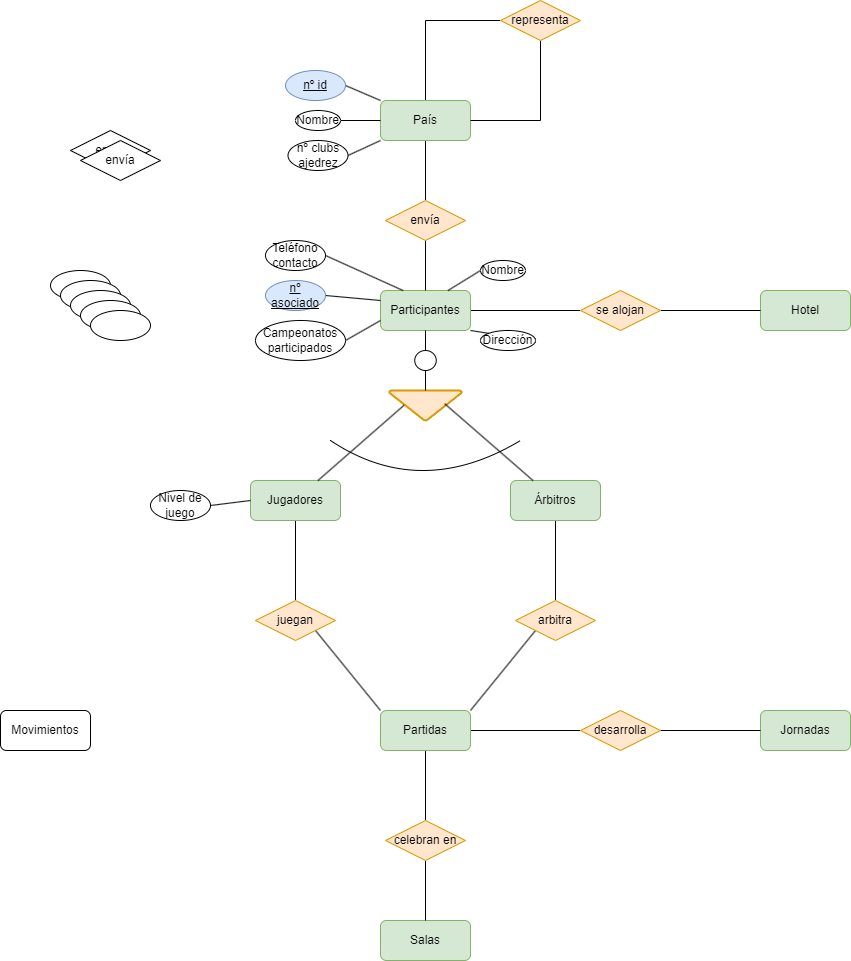
Above: Unidad-1/Tareas/Tareas-evaluables/Tarea-evaluable-2/tarea-evaluable-2.drawio.png in LuisMGlez/base-datos (draw.io), before the change. Source tidied: cells renumbered, new cells last; positions are measured from the earlier drawing's top-left corner, leaving out a move shared by most shapes.
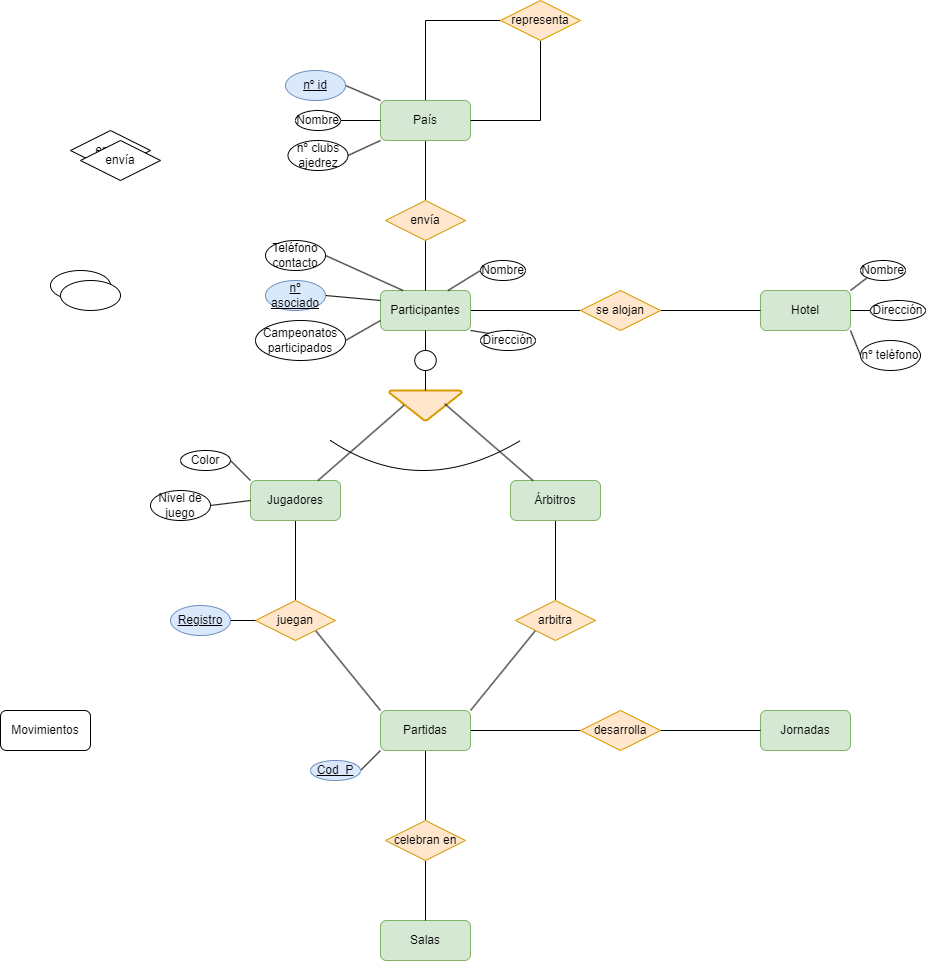
The same file after the commit.

The edit, as a diff of the source:
```diff
@@ -167,14 +167,23 @@
     <mxCell id="54" value="&lt;u&gt;nº asociado&lt;/u&gt;" style="ellipse;whiteSpace=wrap;html=1;fillColor=#dae8fc;strokeColor=#6c8ebf;" parent="1" vertex="1">
       <mxGeometry x="265" y="280" width="60" height="30" as="geometry" />
     </mxCell>
+    <mxCell id="64" style="rounded=0;jettySize=auto;html=1;exitX=1;exitY=0.5;exitDx=0;exitDy=0;entryX=0;entryY=0.5;entryDx=0;entryDy=0;endArrow=none;endFill=0;" parent="1" edge="1" source="55" target="34">
+      <mxGeometry relative="1" as="geometry" />
+    </mxCell>
-    <mxCell id="55" style="ellipse;whiteSpace=wrap;html=1;" parent="1" vertex="1">
-      <mxGeometry x="70" y="290" width="60" height="30" as="geometry" />
+    <mxCell id="55" value="&lt;u&gt;Registro&lt;/u&gt;" style="ellipse;whiteSpace=wrap;html=1;fillColor=#dae8fc;strokeColor=#6c8ebf;" parent="1" vertex="1">
+      <mxGeometry x="170" y="605" width="60" height="30" as="geometry" />
     </mxCell>
+    <mxCell id="65" style="rounded=0;jettySize=auto;html=1;exitX=1;exitY=0.5;exitDx=0;exitDy=0;entryX=0;entryY=0;entryDx=0;entryDy=0;endArrow=none;endFill=0;" parent="1" edge="1" source="56" target="3">
+      <mxGeometry relative="1" as="geometry" />
+    </mxCell>
-    <mxCell id="56" style="ellipse;whiteSpace=wrap;html=1;" parent="1" vertex="1">
-      <mxGeometry x="80" y="300" width="60" height="30" as="geometry" />
+    <mxCell id="56" value="Color" style="ellipse;whiteSpace=wrap;html=1;" parent="1" vertex="1">
+      <mxGeometry x="180" y="450" width="50" height="20" as="geometry" />
     </mxCell>
+    <mxCell id="66" style="rounded=0;jettySize=auto;html=1;exitX=1;exitY=0.5;exitDx=0;exitDy=0;entryX=0;entryY=1;entryDx=0;entryDy=0;endArrow=none;endFill=0;" parent="1" edge="1" source="57" target="9">
+      <mxGeometry relative="1" as="geometry" />
+    </mxCell>
-    <mxCell id="57" style="ellipse;whiteSpace=wrap;html=1;" parent="1" vertex="1">
-      <mxGeometry x="90" y="310" width="60" height="30" as="geometry" />
+    <mxCell id="57" value="&lt;u&gt;Cod_P&lt;/u&gt;" style="ellipse;whiteSpace=wrap;html=1;fillColor=#dae8fc;strokeColor=#6c8ebf;" parent="1" vertex="1">
+      <mxGeometry x="310" y="760" width="50" height="20" as="geometry" />
     </mxCell>
     <mxCell id="58" style="rounded=0;jettySize=auto;html=1;exitX=1;exitY=0.5;exitDx=0;exitDy=0;entryX=0;entryY=1;entryDx=0;entryDy=0;endArrow=none;endFill=0;" parent="1" edge="1" source="59" target="12">
       <mxGeometry relative="1" as="geometry" />
@@ -194,5 +203,23 @@
     <mxCell id="63" value="Nombre" style="ellipse;whiteSpace=wrap;html=1;" parent="1" vertex="1">
       <mxGeometry x="295" y="110" width="45" height="20" as="geometry" />
     </mxCell>
+    <mxCell id="67" style="rounded=0;jettySize=auto;html=1;exitX=0;exitY=1;exitDx=0;exitDy=0;entryX=1;entryY=0;entryDx=0;entryDy=0;endArrow=none;endFill=0;" parent="1" edge="1" source="68" target="6">
+      <mxGeometry relative="1" as="geometry" />
+    </mxCell>
+    <mxCell id="68" value="Nombre" style="ellipse;whiteSpace=wrap;html=1;" parent="1" vertex="1">
+      <mxGeometry x="860" y="260" width="45" height="20" as="geometry" />
+    </mxCell>
+    <mxCell id="69" style="rounded=0;jettySize=auto;html=1;exitX=0;exitY=0.5;exitDx=0;exitDy=0;entryX=1;entryY=0.5;entryDx=0;entryDy=0;endArrow=none;endFill=0;" parent="1" edge="1" source="70" target="6">
+      <mxGeometry relative="1" as="geometry" />
+    </mxCell>
+    <mxCell id="70" value="Dirección" style="ellipse;whiteSpace=wrap;html=1;" parent="1" vertex="1">
+      <mxGeometry x="870" y="300" width="55" height="20" as="geometry" />
+    </mxCell>
+    <mxCell id="71" style="rounded=0;jettySize=auto;html=1;exitX=0;exitY=0.5;exitDx=0;exitDy=0;entryX=1;entryY=1;entryDx=0;entryDy=0;endArrow=none;endFill=0;" parent="1" edge="1" source="72" target="6">
+      <mxGeometry relative="1" as="geometry" />
+    </mxCell>
+    <mxCell id="72" value="nº teléfono" style="ellipse;whiteSpace=wrap;html=1;" parent="1" vertex="1">
+      <mxGeometry x="860" y="340" width="60" height="30" as="geometry" />
+    </mxCell>
   </root>
 </mxGraphModel>
```
